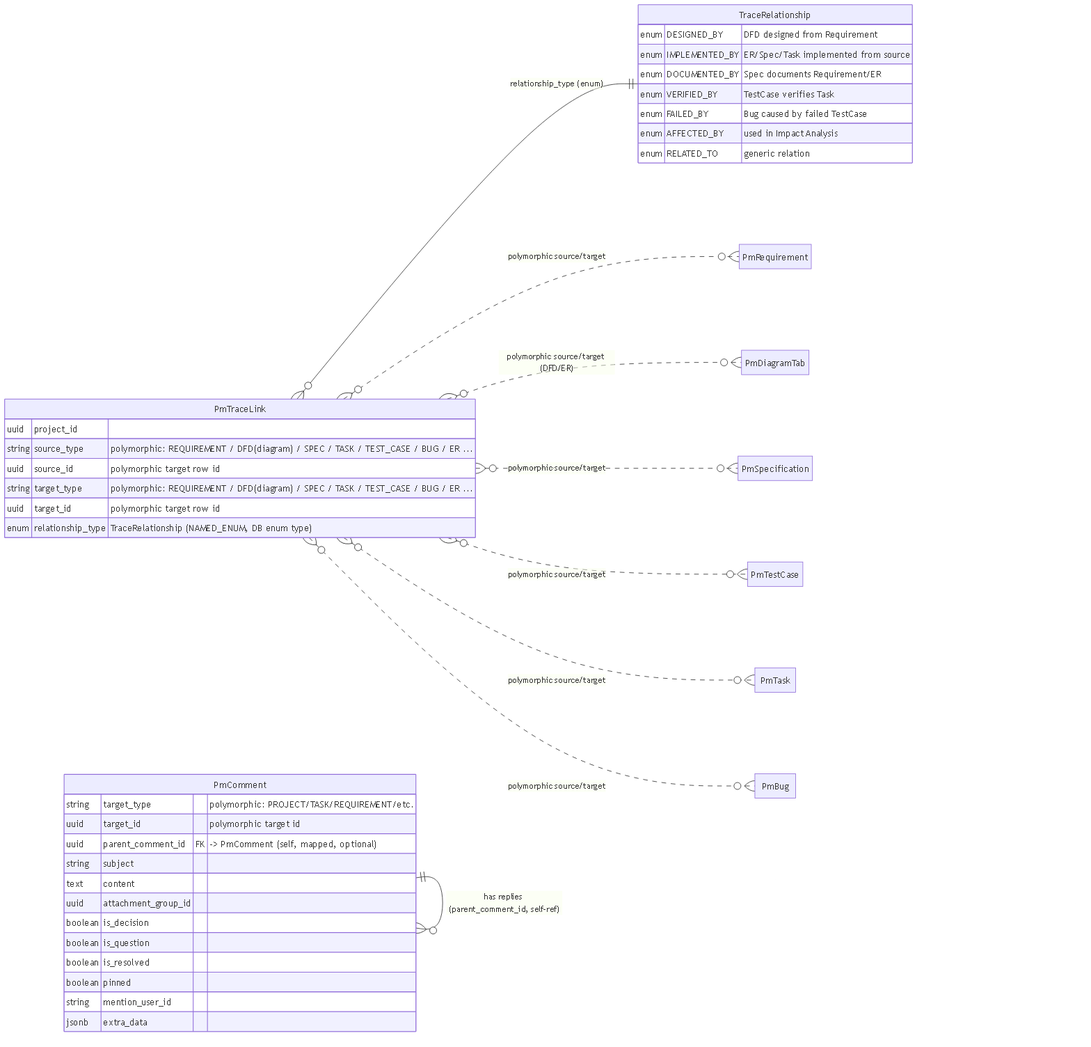
Earlier version of the Mermaid export docs/erd/erd-04b2-trace-comment.png (softinter-chiangrai/sic-project). Its source is kept beside it as docs/erd/erd-04b2-trace-comment.mmd. The source it was exported from:
```mermaid

erDiagram
    direction LR

%%{init: {"er": {"diagramPadding": 6, "entityPadding": 8, "minEntityWidth": 70, "minEntityHeight": 30, "fontSize": 16}}}%%

    PmTraceLink {
        uuid project_id
        string source_type "polymorphic: REQUIREMENT / DFD(diagram) / SPEC / TASK / TEST_CASE / BUG / ER ..."
        uuid source_id "polymorphic target row id"
        string target_type "polymorphic: REQUIREMENT / DFD(diagram) / SPEC / TASK / TEST_CASE / BUG / ER ..."
        uuid target_id "polymorphic target row id"
        enum relationship_type "TraceRelationship (NAMED_ENUM, DB enum type)"
    }

    TraceRelationship {
        enum DESIGNED_BY "DFD designed from Requirement"
        enum IMPLEMENTED_BY "ER/Spec/Task implemented from source"
        enum DOCUMENTED_BY "Spec documents Requirement/ER"
        enum VERIFIED_BY "TestCase verifies Task"
        enum FAILED_BY "Bug caused by failed TestCase"
        enum AFFECTED_BY "used in Impact Analysis"
        enum RELATED_TO "generic relation"
    }

    PmComment {
        string target_type "polymorphic: PROJECT/TASK/REQUIREMENT/etc."
        uuid target_id "polymorphic target id"
        uuid parent_comment_id FK "-> PmComment (self, mapped, optional)"
        string subject
        text content
        uuid attachment_group_id
        boolean is_decision
        boolean is_question
        boolean is_resolved
        boolean pinned
        string mention_user_id
        jsonb extra_data
    }

    PmRequirement {
    }

    PmDiagramTab {
    }

    PmSpecification {
    }

    PmTestCase {
    }

    PmTask {
    }

    PmBug {
    }

    PmComment ||--o{ PmComment : "has replies (parent_comment_id, self-ref)"

    PmTraceLink }o--|| TraceRelationship : "relationship_type (enum)"
    PmTraceLink }o..o{ PmRequirement : "polymorphic source/target"
    PmTraceLink }o..o{ PmDiagramTab : "polymorphic source/target (DFD/ER)"
    PmTraceLink }o..o{ PmSpecification : "polymorphic source/target"
    PmTraceLink }o..o{ PmTestCase : "polymorphic source/target"
    PmTraceLink }o..o{ PmTask : "polymorphic source/target"
    PmTraceLink }o..o{ PmBug : "polymorphic source/target"
```
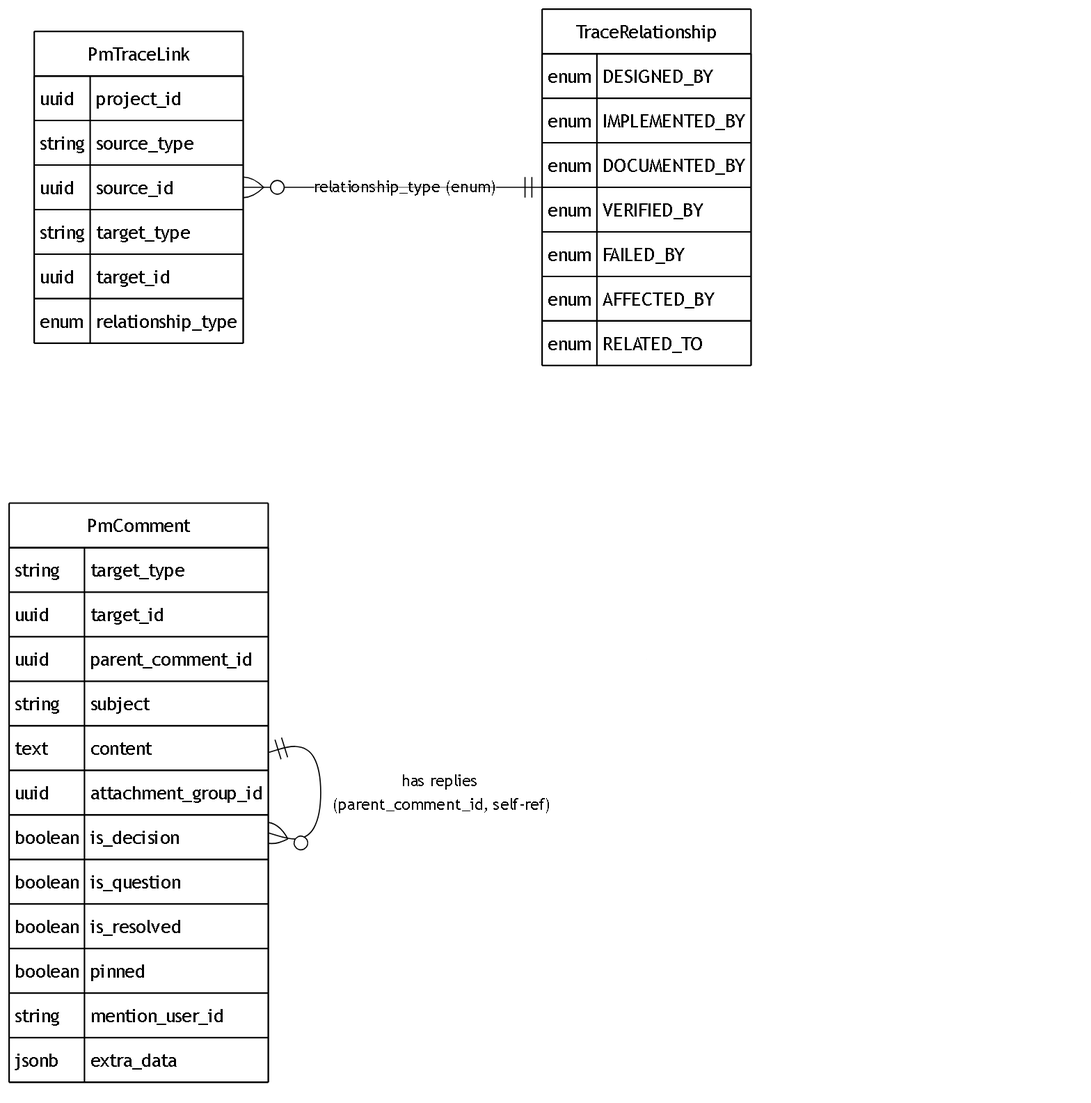
After the change.

Diff of the diagram source:
```diff
@@ -2,31 +2,30 @@
 erDiagram
     direction LR
 
-%%{init: {"er": {"diagramPadding": 6, "entityPadding": 8, "minEntityWidth": 70, "minEntityHeight": 30, "fontSize": 16}}}%%
-
+%%{init: {"theme": "base", "themeVariables": {"primaryColor": "#ffffff", "primaryBorderColor": "#000000", "primaryTextColor": "#000000", "lineColor": "#000000", "secondaryColor": "#ffffff", "tertiaryColor": "#ffffff"}, "er": {"diagramPadding": 8, "entityPadding": 12, "minEntityWidth": 90, "minEntityHeight": 40, "fontSize": 22}}}%%
     PmTraceLink {
         uuid project_id
-        string source_type "polymorphic: REQUIREMENT / DFD(diagram) / SPEC / TASK / TEST_CASE / BUG / ER ..."
-        uuid source_id "polymorphic target row id"
-        string target_type "polymorphic: REQUIREMENT / DFD(diagram) / SPEC / TASK / TEST_CASE / BUG / ER ..."
-        uuid target_id "polymorphic target row id"
-        enum relationship_type "TraceRelationship (NAMED_ENUM, DB enum type)"
+        string source_type
+        uuid source_id
+        string target_type
+        uuid target_id
+        enum relationship_type
     }
 
     TraceRelationship {
-        enum DESIGNED_BY "DFD designed from Requirement"
-        enum IMPLEMENTED_BY "ER/Spec/Task implemented from source"
-        enum DOCUMENTED_BY "Spec documents Requirement/ER"
-        enum VERIFIED_BY "TestCase verifies Task"
-        enum FAILED_BY "Bug caused by failed TestCase"
-        enum AFFECTED_BY "used in Impact Analysis"
-        enum RELATED_TO "generic relation"
+        enum DESIGNED_BY
+        enum IMPLEMENTED_BY
+        enum DOCUMENTED_BY
+        enum VERIFIED_BY
+        enum FAILED_BY
+        enum AFFECTED_BY
+        enum RELATED_TO
     }
 
     PmComment {
-        string target_type "polymorphic: PROJECT/TASK/REQUIREMENT/etc."
-        uuid target_id "polymorphic target id"
-        uuid parent_comment_id FK "-> PmComment (self, mapped, optional)"
+        string target_type
+        uuid target_id
+        uuid parent_comment_id
         string subject
         text content
         uuid attachment_group_id
@@ -38,30 +37,6 @@
         jsonb extra_data
     }
 
-    PmRequirement {
-    }
-
-    PmDiagramTab {
-    }
-
-    PmSpecification {
-    }
-
-    PmTestCase {
-    }
-
-    PmTask {
-    }
-
-    PmBug {
-    }
-
     PmComment ||--o{ PmComment : "has replies (parent_comment_id, self-ref)"
 
     PmTraceLink }o--|| TraceRelationship : "relationship_type (enum)"
-    PmTraceLink }o..o{ PmRequirement : "polymorphic source/target"
-    PmTraceLink }o..o{ PmDiagramTab : "polymorphic source/target (DFD/ER)"
-    PmTraceLink }o..o{ PmSpecification : "polymorphic source/target"
-    PmTraceLink }o..o{ PmTestCase : "polymorphic source/target"
-    PmTraceLink }o..o{ PmTask : "polymorphic source/target"
-    PmTraceLink }o..o{ PmBug : "polymorphic source/target"
```
